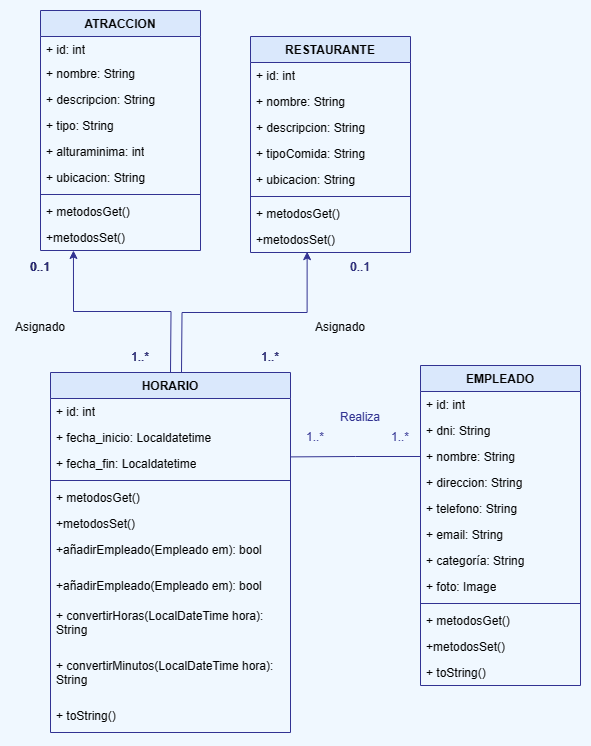
Before: src/main/resources/m03/projectefinalpa/web/imagenesWeb/diagramaUML.png, a diagram exported from draw.io (JoanMarquenoSureda/ProjecteFinalPA). Source tidied: cells renumbered, new cells last; positions are measured from the earlier drawing's top-left corner, leaving out a move shared by most shapes.
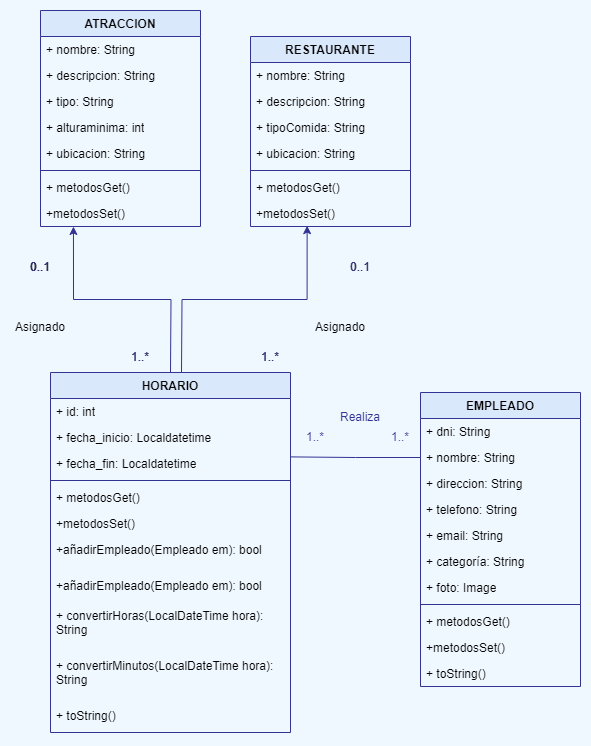
Above is the later version.

What changed in the source:
```diff
@@ -3,100 +3,91 @@
     <mxCell id="0" />
     <mxCell id="1" parent="0" />
     <mxCell id="2" value="ATRACCION" style="swimlane;fontStyle=1;align=center;verticalAlign=top;horizontal=1;startSize=26;whiteSpace=wrap;html=1;fillColor=#DAE8FC;strokeColor=#323392;" parent="1" vertex="1">
-      <mxGeometry x="30" width="160" height="240" as="geometry" />
+      <mxGeometry x="30" width="160" height="216" as="geometry" />
     </mxCell>
-    <mxCell id="3" value="+ id: int&lt;br&gt;" style="text;strokeColor=none;fillColor=none;align=left;verticalAlign=top;spacingLeft=4;spacingRight=4;overflow=hidden;whiteSpace=wrap;html=1;" parent="2" vertex="1">
-      <mxGeometry y="26" width="160" height="24" as="geometry" />
-    </mxCell>
     <mxCell id="4" value="+ nombre: String" style="text;strokeColor=none;fillColor=none;align=left;verticalAlign=top;spacingLeft=4;spacingRight=4;overflow=hidden;whiteSpace=wrap;html=1;" parent="2" vertex="1">
-      <mxGeometry y="50" width="160" height="26" as="geometry" />
+      <mxGeometry y="26" width="160" height="26" as="geometry" />
     </mxCell>
     <mxCell id="5" value="+ descripcion: String" style="text;strokeColor=none;fillColor=none;align=left;verticalAlign=top;spacingLeft=4;spacingRight=4;overflow=hidden;whiteSpace=wrap;html=1;" parent="2" vertex="1">
-      <mxGeometry y="76" width="160" height="26" as="geometry" />
+      <mxGeometry y="52" width="160" height="26" as="geometry" />
     </mxCell>
     <mxCell id="6" value="+ tipo: String" style="text;strokeColor=none;fillColor=none;align=left;verticalAlign=top;spacingLeft=4;spacingRight=4;overflow=hidden;whiteSpace=wrap;html=1;" parent="2" vertex="1">
-      <mxGeometry y="102" width="160" height="26" as="geometry" />
+      <mxGeometry y="78" width="160" height="26" as="geometry" />
     </mxCell>
     <mxCell id="7" value="+ alturaminima: int" style="text;strokeColor=none;fillColor=none;align=left;verticalAlign=top;spacingLeft=4;spacingRight=4;overflow=hidden;whiteSpace=wrap;html=1;" parent="2" vertex="1">
-      <mxGeometry y="128" width="160" height="26" as="geometry" />
+      <mxGeometry y="104" width="160" height="26" as="geometry" />
     </mxCell>
     <mxCell id="8" value="+ ubicacion: String" style="text;strokeColor=none;fillColor=none;align=left;verticalAlign=top;spacingLeft=4;spacingRight=4;overflow=hidden;whiteSpace=wrap;html=1;" parent="2" vertex="1">
-      <mxGeometry y="154" width="160" height="26" as="geometry" />
+      <mxGeometry y="130" width="160" height="26" as="geometry" />
     </mxCell>
     <mxCell id="9" style="line;strokeWidth=1;fillColor=none;align=left;verticalAlign=middle;spacingTop=-1;spacingLeft=3;spacingRight=3;labelPosition=right;strokeColor=inherit;" parent="2" vertex="1">
-      <mxGeometry y="180" width="160" height="8" as="geometry" />
+      <mxGeometry y="156" width="160" height="8" as="geometry" />
     </mxCell>
     <mxCell id="10" value="+ metodosGet()&lt;br&gt;" style="text;strokeColor=none;fillColor=none;align=left;verticalAlign=top;spacingLeft=4;spacingRight=4;overflow=hidden;whiteSpace=wrap;html=1;" parent="2" vertex="1">
-      <mxGeometry y="188" width="160" height="26" as="geometry" />
+      <mxGeometry y="164" width="160" height="26" as="geometry" />
     </mxCell>
     <mxCell id="11" value="+metodosSet()" style="text;strokeColor=none;fillColor=none;align=left;verticalAlign=top;spacingLeft=4;spacingRight=4;overflow=hidden;points=[[0,0.5],[1,0.5]];portConstraint=eastwest;whiteSpace=wrap;html=1;" parent="2" vertex="1">
-      <mxGeometry y="214" width="160" height="26" as="geometry" />
+      <mxGeometry y="190" width="160" height="26" as="geometry" />
     </mxCell>
     <mxCell id="12" value="RESTAURANTE" style="swimlane;fontStyle=1;align=center;verticalAlign=top;horizontal=1;startSize=26;whiteSpace=wrap;html=1;fillColor=#DAE8FC;strokeColor=#323392;" parent="1" vertex="1">
-      <mxGeometry x="240" y="26" width="160" height="216" as="geometry" />
+      <mxGeometry x="240" y="26" width="160" height="190" as="geometry" />
     </mxCell>
-    <mxCell id="13" value="+ id: int&lt;br&gt;" style="text;strokeColor=none;fillColor=none;align=left;verticalAlign=top;spacingLeft=4;spacingRight=4;overflow=hidden;whiteSpace=wrap;html=1;" parent="12" vertex="1">
-      <mxGeometry y="26" width="160" height="26" as="geometry" />
-    </mxCell>
     <mxCell id="14" value="+ nombre: String" style="text;strokeColor=none;fillColor=none;align=left;verticalAlign=top;spacingLeft=4;spacingRight=4;overflow=hidden;whiteSpace=wrap;html=1;" parent="12" vertex="1">
-      <mxGeometry y="52" width="160" height="26" as="geometry" />
+      <mxGeometry y="26" width="160" height="26" as="geometry" />
     </mxCell>
     <mxCell id="15" value="+ descripcion: String" style="text;strokeColor=none;fillColor=none;align=left;verticalAlign=top;spacingLeft=4;spacingRight=4;overflow=hidden;whiteSpace=wrap;html=1;" parent="12" vertex="1">
-      <mxGeometry y="78" width="160" height="26" as="geometry" />
+      <mxGeometry y="52" width="160" height="26" as="geometry" />
     </mxCell>
     <mxCell id="16" value="+ tipoComida: String" style="text;strokeColor=none;fillColor=none;align=left;verticalAlign=top;spacingLeft=4;spacingRight=4;overflow=hidden;whiteSpace=wrap;html=1;" parent="12" vertex="1">
-      <mxGeometry y="104" width="160" height="26" as="geometry" />
+      <mxGeometry y="78" width="160" height="26" as="geometry" />
     </mxCell>
     <mxCell id="17" value="+ ubicacion: String" style="text;strokeColor=none;fillColor=none;align=left;verticalAlign=top;spacingLeft=4;spacingRight=4;overflow=hidden;whiteSpace=wrap;html=1;" parent="12" vertex="1">
-      <mxGeometry y="130" width="160" height="26" as="geometry" />
+      <mxGeometry y="104" width="160" height="26" as="geometry" />
     </mxCell>
     <mxCell id="18" style="line;strokeWidth=1;fillColor=none;align=left;verticalAlign=middle;spacingTop=-1;spacingLeft=3;spacingRight=3;labelPosition=right;strokeColor=inherit;" parent="12" vertex="1">
-      <mxGeometry y="156" width="160" height="8" as="geometry" />
+      <mxGeometry y="130" width="160" height="8" as="geometry" />
     </mxCell>
     <mxCell id="19" value="+ metodosGet()&lt;br&gt;" style="text;strokeColor=none;fillColor=none;align=left;verticalAlign=top;spacingLeft=4;spacingRight=4;overflow=hidden;whiteSpace=wrap;html=1;" parent="12" vertex="1">
-      <mxGeometry y="164" width="160" height="26" as="geometry" />
+      <mxGeometry y="138" width="160" height="26" as="geometry" />
     </mxCell>
     <mxCell id="20" value="+metodosSet()" style="text;strokeColor=none;fillColor=none;align=left;verticalAlign=top;spacingLeft=4;spacingRight=4;overflow=hidden;points=[[0,0.5],[1,0.5]];portConstraint=eastwest;whiteSpace=wrap;html=1;" parent="12" vertex="1">
-      <mxGeometry y="190" width="160" height="26" as="geometry" />
+      <mxGeometry y="164" width="160" height="26" as="geometry" />
     </mxCell>
     <mxCell id="21" value="EMPLEADO" style="swimlane;fontStyle=1;align=center;verticalAlign=top;horizontal=1;startSize=26;whiteSpace=wrap;html=1;fillColor=#DAE8FC;fontColor=#000000;strokeColor=#323392;" parent="1" vertex="1">
-      <mxGeometry x="410" y="355" width="160" height="320" as="geometry" />
+      <mxGeometry x="410" y="382" width="160" height="294" as="geometry" />
     </mxCell>
-    <mxCell id="22" value="+ id: int&lt;br&gt;" style="text;strokeColor=none;fillColor=none;align=left;verticalAlign=top;spacingLeft=4;spacingRight=4;overflow=hidden;whiteSpace=wrap;html=1;" parent="21" vertex="1">
-      <mxGeometry y="26" width="160" height="26" as="geometry" />
-    </mxCell>
     <mxCell id="23" value="+ dni: String" style="text;strokeColor=none;fillColor=none;align=left;verticalAlign=top;spacingLeft=4;spacingRight=4;overflow=hidden;whiteSpace=wrap;html=1;" parent="21" vertex="1">
-      <mxGeometry y="52" width="160" height="26" as="geometry" />
+      <mxGeometry y="26" width="160" height="26" as="geometry" />
     </mxCell>
     <mxCell id="24" value="+ nombre: String" style="text;strokeColor=none;fillColor=none;align=left;verticalAlign=top;spacingLeft=4;spacingRight=4;overflow=hidden;points=[[0,0.5],[1,0.5]];portConstraint=eastwest;whiteSpace=wrap;html=1;" parent="21" vertex="1">
-      <mxGeometry y="78" width="160" height="26" as="geometry" />
+      <mxGeometry y="52" width="160" height="26" as="geometry" />
     </mxCell>
     <mxCell id="25" value="+ direccion: String" style="text;strokeColor=none;fillColor=none;align=left;verticalAlign=top;spacingLeft=4;spacingRight=4;overflow=hidden;whiteSpace=wrap;html=1;" parent="21" vertex="1">
-      <mxGeometry y="104" width="160" height="26" as="geometry" />
+      <mxGeometry y="78" width="160" height="26" as="geometry" />
     </mxCell>
     <mxCell id="26" value="+ telefono: String" style="text;strokeColor=none;fillColor=none;align=left;verticalAlign=top;spacingLeft=4;spacingRight=4;overflow=hidden;whiteSpace=wrap;html=1;" parent="21" vertex="1">
-      <mxGeometry y="130" width="160" height="26" as="geometry" />
+      <mxGeometry y="104" width="160" height="26" as="geometry" />
     </mxCell>
     <mxCell id="27" value="+ email: String" style="text;strokeColor=none;fillColor=none;align=left;verticalAlign=top;spacingLeft=4;spacingRight=4;overflow=hidden;whiteSpace=wrap;html=1;" parent="21" vertex="1">
-      <mxGeometry y="156" width="160" height="26" as="geometry" />
+      <mxGeometry y="130" width="160" height="26" as="geometry" />
     </mxCell>
     <mxCell id="28" value="+ categoría: String" style="text;strokeColor=none;fillColor=none;align=left;verticalAlign=top;spacingLeft=4;spacingRight=4;overflow=hidden;whiteSpace=wrap;html=1;" parent="21" vertex="1">
-      <mxGeometry y="182" width="160" height="26" as="geometry" />
+      <mxGeometry y="156" width="160" height="26" as="geometry" />
     </mxCell>
     <mxCell id="29" value="+ foto: Image" style="text;strokeColor=none;fillColor=none;align=left;verticalAlign=top;spacingLeft=4;spacingRight=4;overflow=hidden;whiteSpace=wrap;html=1;" parent="21" vertex="1">
-      <mxGeometry y="208" width="160" height="26" as="geometry" />
+      <mxGeometry y="182" width="160" height="26" as="geometry" />
     </mxCell>
     <mxCell id="30" style="line;strokeWidth=1;fillColor=none;align=left;verticalAlign=middle;spacingTop=-1;spacingLeft=3;spacingRight=3;labelPosition=right;strokeColor=inherit;" parent="21" vertex="1">
-      <mxGeometry y="234" width="160" height="8" as="geometry" />
+      <mxGeometry y="208" width="160" height="8" as="geometry" />
     </mxCell>
     <mxCell id="31" value="+ metodosGet()&lt;br&gt;" style="text;strokeColor=none;fillColor=none;align=left;verticalAlign=top;spacingLeft=4;spacingRight=4;overflow=hidden;whiteSpace=wrap;html=1;" parent="21" vertex="1">
-      <mxGeometry y="242" width="160" height="26" as="geometry" />
+      <mxGeometry y="216" width="160" height="26" as="geometry" />
     </mxCell>
     <mxCell id="32" value="+metodosSet()" style="text;strokeColor=none;fillColor=none;align=left;verticalAlign=top;spacingLeft=4;spacingRight=4;overflow=hidden;whiteSpace=wrap;html=1;" parent="21" vertex="1">
-      <mxGeometry y="268" width="160" height="26" as="geometry" />
+      <mxGeometry y="242" width="160" height="26" as="geometry" />
     </mxCell>
     <mxCell id="33" value="+ toString()" style="text;strokeColor=none;fillColor=none;align=left;verticalAlign=top;spacingLeft=4;spacingRight=4;overflow=hidden;whiteSpace=wrap;html=1;" parent="21" vertex="1">
-      <mxGeometry y="294" width="160" height="26" as="geometry" />
+      <mxGeometry y="268" width="160" height="26" as="geometry" />
     </mxCell>
     <mxCell id="34" value="HORARIO" style="swimlane;fontStyle=1;align=center;verticalAlign=top;horizontal=1;startSize=26;whiteSpace=wrap;html=1;fillColor=#DAE8FC;strokeColor=#323392;fontColor=#000000;" parent="1" vertex="1">
       <mxGeometry x="40" y="362" width="240" height="360" as="geometry" />
```
